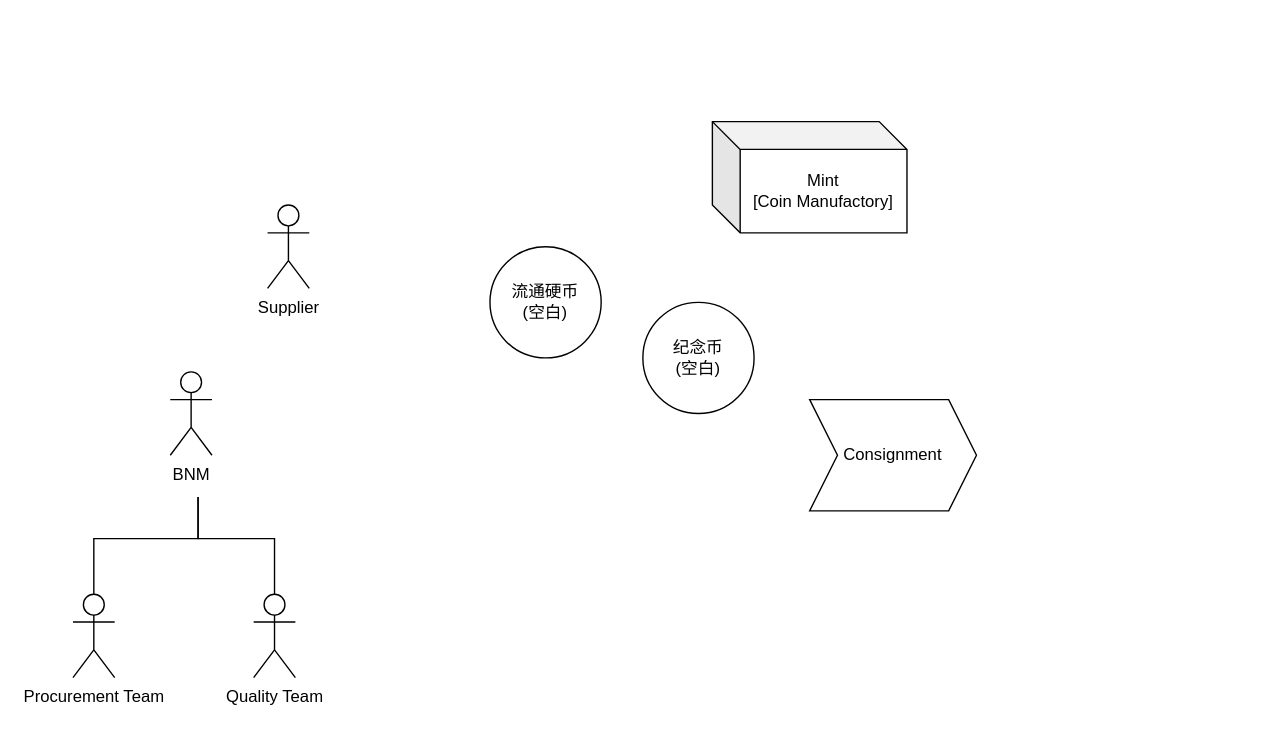
Above: 未命名绘图.drawio in johnseetoh25/draw.io_Gallery (draw.io), before the change. Source tidied: cells renumbered, new cells numbered last; positions are measured from the earlier drawing's top-left corner, leaving out a move shared by most shapes. Both pictures are drawn from the tidied source at 139%, with x=0, y=0 at pixel (72, 121).
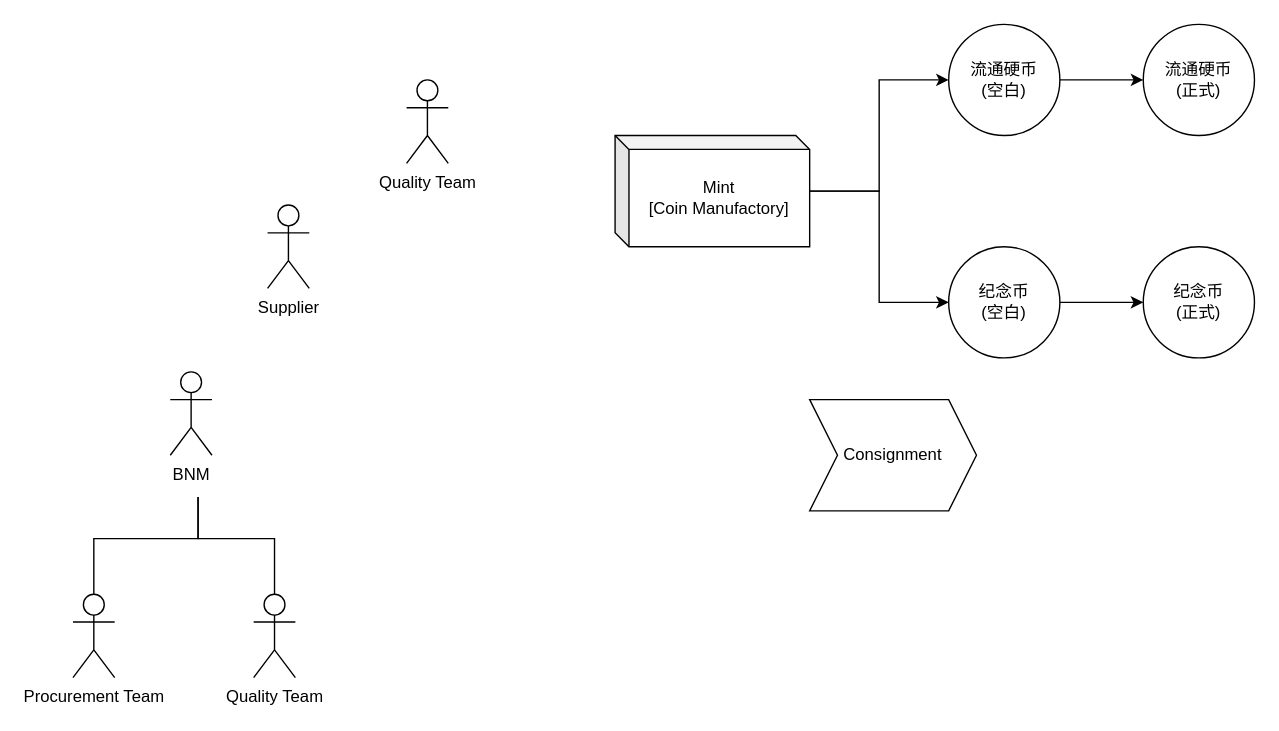
Above is the later version.

Commit message:
更新未命名绘图.drawio

Change to the diagram source:
```diff
@@
+    <mxCell id="12" style="edgeStyle=orthogonalEdgeStyle;rounded=0;jettySize=auto;html=1;entryX=0;entryY=0.5;entryDx=0;entryDy=0;" parent="1" edge="1" source="4" target="17">
+      <mxGeometry relative="1" as="geometry" />
+    </mxCell>
     <mxCell id="4" value="纪念币&lt;br&gt;(空白)" style="ellipse;whiteSpace=wrap;html=1;" parent="1" vertex="1">
-      <mxGeometry x="410" y="130" width="80" height="80" as="geometry" />
+      <mxGeometry x="630" y="90" width="80" height="80" as="geometry" />
     </mxCell>
+    <mxCell id="13" style="edgeStyle=orthogonalEdgeStyle;rounded=0;jettySize=auto;html=1;entryX=0;entryY=0.5;entryDx=0;entryDy=0;" parent="1" edge="1" source="5" target="18">
+      <mxGeometry relative="1" as="geometry" />
+    </mxCell>
     <mxCell id="5" value="流通硬币&lt;br&gt;(空白)" style="ellipse;whiteSpace=wrap;html=1;" parent="1" vertex="1">
-      <mxGeometry x="300" y="90" width="80" height="80" as="geometry" />
+      <mxGeometry x="630" y="-70" width="80" height="80" as="geometry" />
     </mxCell>
+    <mxCell id="14" style="edgeStyle=orthogonalEdgeStyle;rounded=0;jettySize=auto;html=1;entryX=0;entryY=0.5;entryDx=0;entryDy=0;" parent="1" edge="1" source="6" target="5">
+      <mxGeometry relative="1" as="geometry" />
+    </mxCell>
+    <mxCell id="15" style="edgeStyle=orthogonalEdgeStyle;rounded=0;jettySize=auto;html=1;" parent="1" edge="1" source="6" target="4">
+      <mxGeometry relative="1" as="geometry" />
+    </mxCell>
-    <mxCell id="6" value="Mint&lt;br&gt;[Coin Manufactory]" style="shape=cube;whiteSpace=wrap;html=1;boundedLbl=1;backgroundOutline=1;darkOpacity=0.05;darkOpacity2=0.1;" parent="1" vertex="1">
-      <mxGeometry x="460" width="140" height="80" as="geometry" />
+    <mxCell id="6" value="Mint&lt;br&gt;[Coin Manufactory]" style="shape=cube;whiteSpace=wrap;html=1;boundedLbl=1;backgroundOutline=1;darkOpacity=0.05;darkOpacity2=0.1;size=10;" parent="1" vertex="1">
+      <mxGeometry x="390" y="10" width="140" height="80" as="geometry" />
     </mxCell>
@@
+    <mxCell id="16" value="Quality Team" style="shape=umlActor;verticalLabelPosition=bottom;verticalAlign=top;html=1;" parent="1" vertex="1">
+      <mxGeometry x="240" y="-30" width="30" height="60" as="geometry" />
+    </mxCell>
+    <mxCell id="17" value="纪念币&lt;br&gt;(正式)" style="ellipse;whiteSpace=wrap;html=1;" parent="1" vertex="1">
+      <mxGeometry x="770" y="90" width="80" height="80" as="geometry" />
+    </mxCell>
+    <mxCell id="18" value="流通硬币&lt;br&gt;(正式)" style="ellipse;whiteSpace=wrap;html=1;" parent="1" vertex="1">
+      <mxGeometry x="770" y="-70" width="80" height="80" as="geometry" />
+    </mxCell>
```
